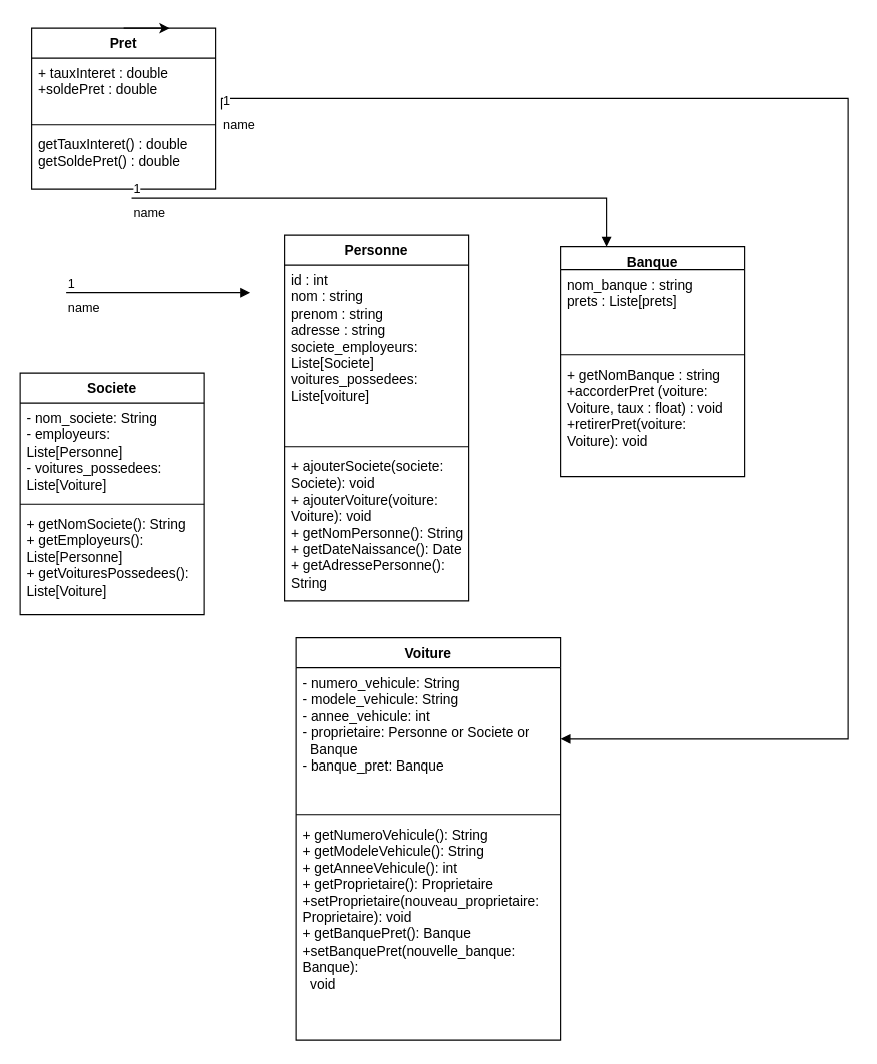
Earlier version of the draw.io diagram Diagramme sans nom.drawio (MatisRault/Anna_Test). Source tidied: cells renumbered, new cells numbered last; positions are measured from the earlier drawing's top-left corner, leaving out a move shared by most shapes. Both pictures are drawn from the tidied source at 115%, with x=0, y=0 at pixel (20, 28).
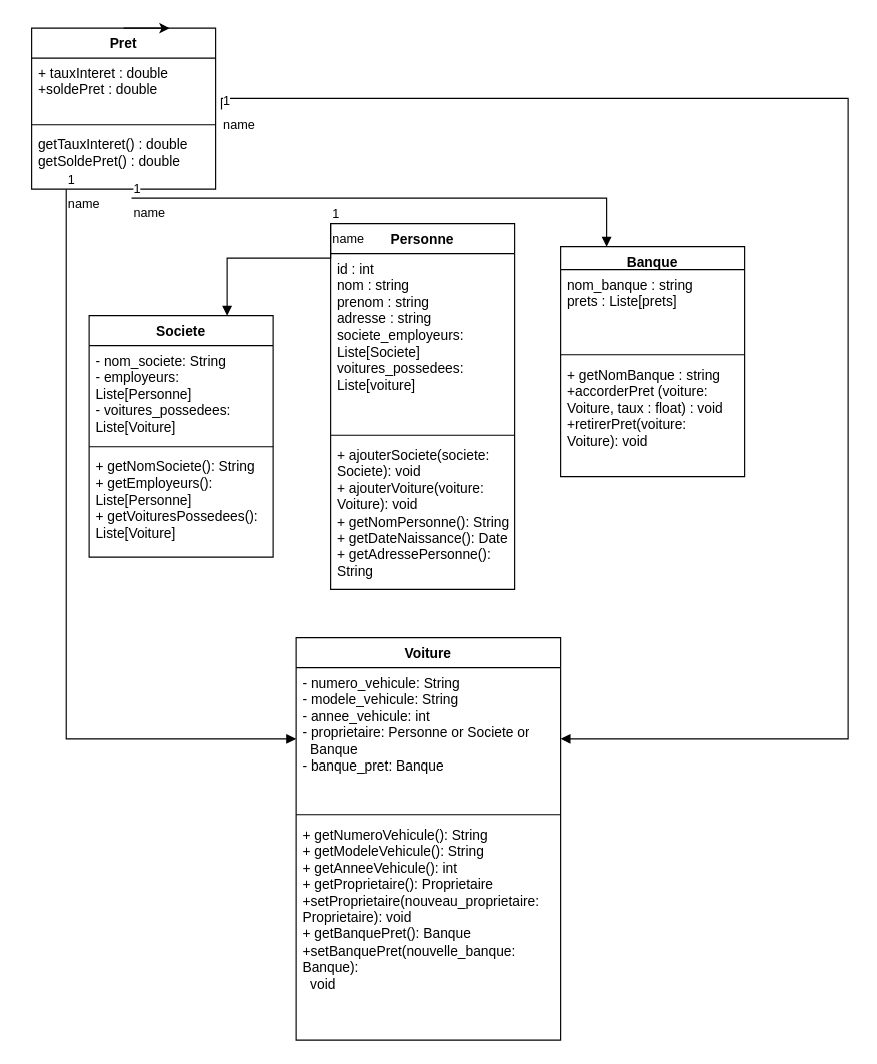
The same page after the edit.

Commit message (it also covers changes not shown here):
Mettre à jour Diagramme sans nom.drawio

Unchanged cells that the change refers to:
```xml
<mxCell id="13" value="getTauxInteret() : double&lt;br&gt;getSoldePret() : double" style="text;strokeColor=none;fillColor=none;align=left;verticalAlign=top;spacingLeft=4;spacingRight=4;overflow=hidden;points=[[0,0.5],[1,0.5]];portConstraint=eastwest;whiteSpace=wrap;html=1;" parent="10" vertex="1">
  <mxGeometry y="88" width="160" height="52" as="geometry" />
</mxCell>
<mxCell id="19" value="&lt;div&gt;- numero_vehicule: String&lt;/div&gt;&lt;div&gt;- modele_vehicule: String&lt;/div&gt;&lt;div&gt;- annee_vehicule: int&lt;/div&gt;&lt;div&gt;- proprietaire: Personne or Societe or&lt;/div&gt;&lt;div&gt;&amp;nbsp; Banque&lt;/div&gt;&lt;div&gt;- banque_pret: Banque&lt;/div&gt;" style="text;strokeColor=none;fillColor=none;align=left;verticalAlign=top;spacingLeft=4;spacingRight=4;overflow=hidden;points=[[0,0.5],[1,0.5]];portConstraint=eastwest;whiteSpace=wrap;html=1;" parent="18" vertex="1">
  <mxGeometry y="26" width="230" height="124" as="geometry" />
</mxCell>
```

The edit, as a diff of the source:
```diff
@@
     <mxCell id="2" value="Personne" style="swimlane;fontStyle=1;align=center;verticalAlign=top;horizontal=1;startSize=26;whiteSpace=wrap;html=1;" parent="1" vertex="1">
-      <mxGeometry x="230" y="180" width="160" height="318" as="geometry" />
+      <mxGeometry x="270" y="170" width="160" height="318" as="geometry" />
     </mxCell>
@@
     <mxCell id="6" value="Societe" style="swimlane;fontStyle=1;align=center;verticalAlign=top;horizontal=1;startSize=26;whiteSpace=wrap;html=1;" parent="1" vertex="1">
-      <mxGeometry y="300" width="160" height="210" as="geometry" />
+      <mxGeometry x="60" y="250" width="160" height="210" as="geometry" />
     </mxCell>
@@
-    <mxCell id="27" value="name" style="endArrow=block;endFill=1;html=1;edgeStyle=orthogonalEdgeStyle;align=left;verticalAlign=top;rounded=0;" parent="1" edge="1">
-      <mxGeometry x="-1" relative="1" as="geometry">
-        <mxPoint x="40" y="230" as="sourcePoint" />
-        <mxPoint x="200" y="230" as="targetPoint" />
-      </mxGeometry>
+    <mxCell id="27" value="name" style="endArrow=block;endFill=1;html=1;edgeStyle=orthogonalEdgeStyle;align=left;verticalAlign=top;rounded=0;exitX=0.188;exitY=1;exitDx=0;exitDy=0;exitPerimeter=0;" parent="1" edge="1" source="13" target="19">
+      <mxGeometry x="-1" relative="1" as="geometry" />
     </mxCell>
@@
+    <mxCell id="29" value="name" style="endArrow=block;endFill=1;html=1;edgeStyle=orthogonalEdgeStyle;align=left;verticalAlign=top;rounded=0;entryX=0.75;entryY=0;entryDx=0;entryDy=0;exitX=0;exitY=0;exitDx=0;exitDy=0;" parent="1" edge="1" source="2" target="6">
+      <mxGeometry x="-1" relative="1" as="geometry">
+        <Array as="points">
+          <mxPoint x="270" y="200" />
+          <mxPoint x="180" y="200" />
+        </Array>
+      </mxGeometry>
+    </mxCell>
+    <mxCell id="30" value="1" style="edgeLabel;html=1;align=left;verticalAlign=bottom;" parent="29" vertex="1">
+      <mxGeometry x="-1" relative="1" as="geometry" />
+    </mxCell>
```
